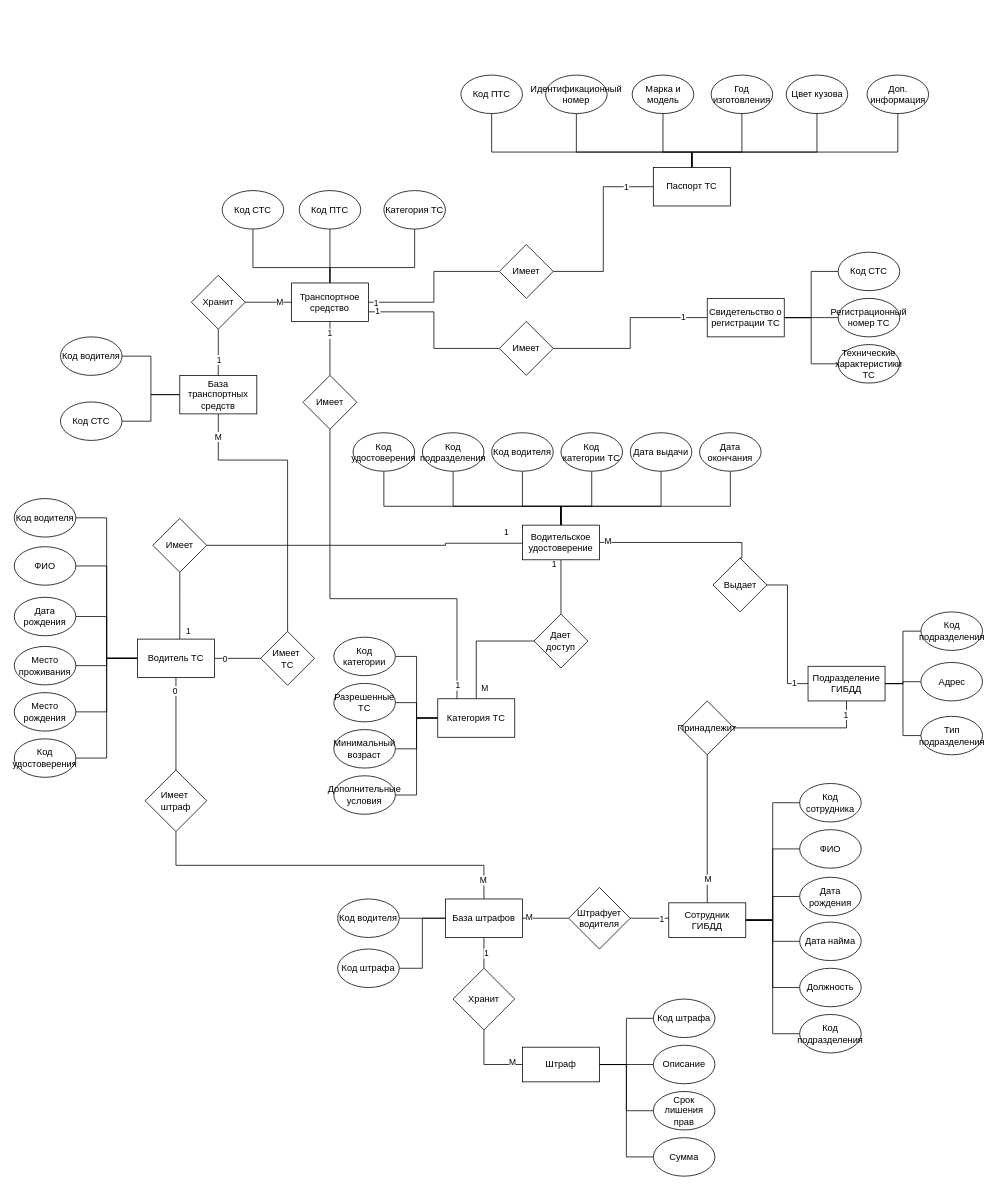
The draw.io diagram RelateModel.drawio in duahifnv/TrafficInspectionApp, before the edit. Source tidied: cells renumbered, new cells numbered last; positions are measured from the earlier drawing's top-left corner, leaving out a move shared by most shapes. Both pictures are drawn from the tidied source at 77%, with x=0, y=0 at pixel (14, 75).
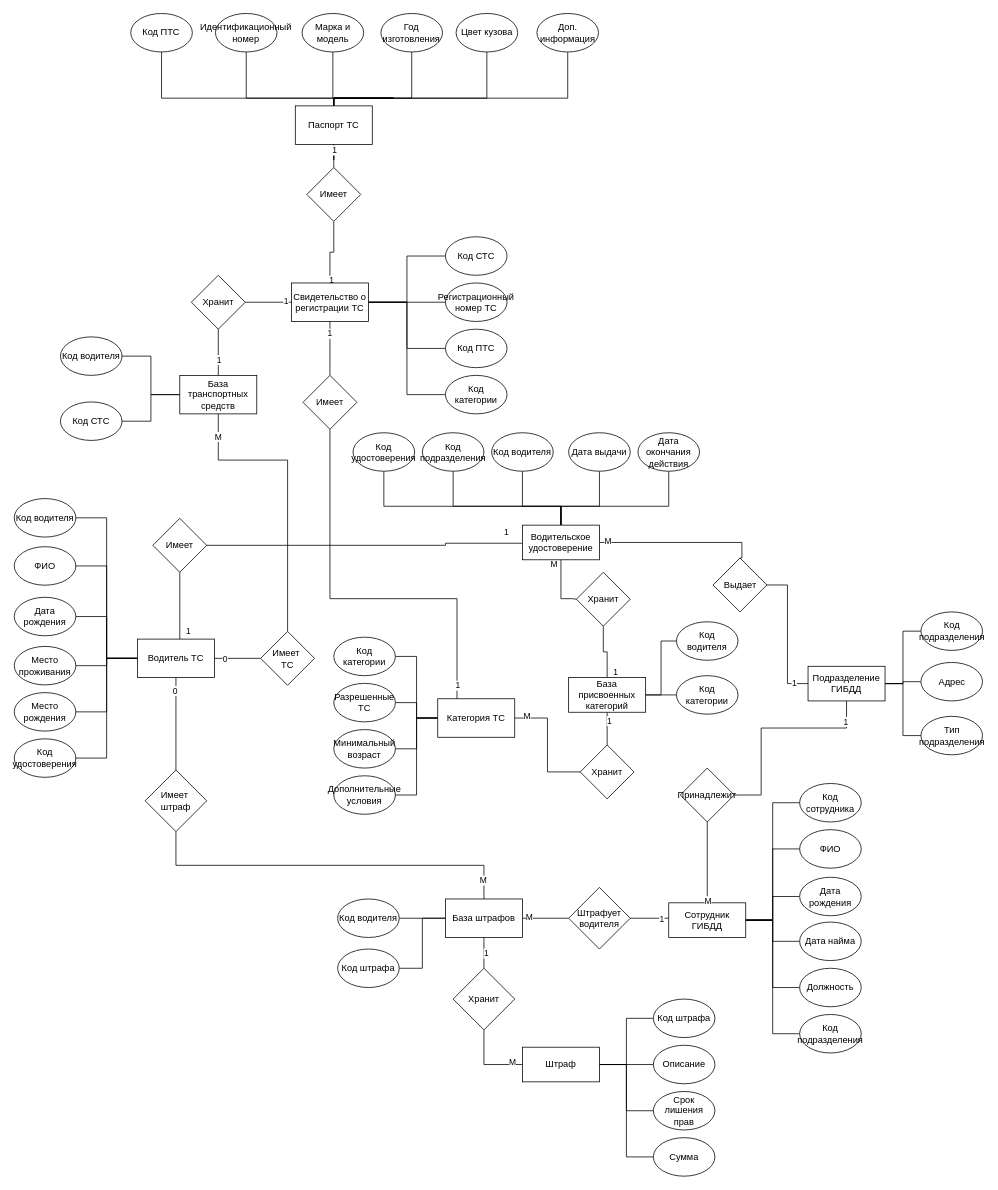
The same page after the edit.

The change refers to these unchanged cells:
```xml
<mxCell id="14" value="Водительское удостоверение" style="rounded=0;whiteSpace=wrap;html=1;" parent="1" vertex="1">
  <mxGeometry x="660" y="584.5" width="100" height="45" as="geometry" />
</mxCell>
<mxCell id="46" value="Категория ТС" style="rounded=0;whiteSpace=wrap;html=1;" parent="1" vertex="1">
  <mxGeometry x="550" y="810" width="100" height="50" as="geometry" />
</mxCell>
<mxCell id="56" value="Подразделение ГИБДД" style="rounded=0;whiteSpace=wrap;html=1;" parent="1" vertex="1">
  <mxGeometry x="1030.9" y="767.8" width="100" height="45" as="geometry" />
</mxCell>
<mxCell id="142" value="Хранит" style="rhombus;whiteSpace=wrap;html=1;" parent="1" vertex="1">
  <mxGeometry x="230" y="260" width="70" height="70" as="geometry" />
</mxCell>
<mxCell id="147" value="Имеет" style="rhombus;whiteSpace=wrap;html=1;direction=south;" parent="1" vertex="1">
  <mxGeometry x="375" y="390" width="70" height="70" as="geometry" />
</mxCell>
```

Change to the diagram source:
```diff
@@
-    <mxCell id="2" style="edgeStyle=orthogonalEdgeStyle;rounded=0;jettySize=auto;html=1;entryX=0.5;entryY=0;entryDx=0;entryDy=0;endArrow=none;endFill=0;" parent="1" edge="1" source="14" target="41">
+    <mxCell id="2" style="edgeStyle=orthogonalEdgeStyle;rounded=0;jettySize=auto;html=1;entryX=0;entryY=0.5;entryDx=0;entryDy=0;endArrow=none;endFill=0;" parent="1" edge="1" source="14" target="41">
       <mxGeometry relative="1" as="geometry">
         <Array as="points">
           <mxPoint x="710" y="680" />
+          <mxPoint x="725" y="680" />
         </Array>
       </mxGeometry>
     </mxCell>
-    <mxCell id="3" value="1" style="edgeLabel;html=1;align=center;verticalAlign=middle;" parent="2" vertex="1">
+    <mxCell id="3" value="M" style="edgeLabel;html=1;align=center;verticalAlign=middle;" parent="2" vertex="1">
       <mxGeometry x="-0.8" y="2" relative="1" as="geometry">
         <mxPoint x="-12" y="-1" as="offset" />
       </mxGeometry>
     </mxCell>
@@
-    <mxCell id="11" style="edgeStyle=orthogonalEdgeStyle;rounded=0;jettySize=auto;html=1;entryX=0.5;entryY=1;entryDx=0;entryDy=0;endArrow=none;endFill=0;" parent="1" edge="1" source="14" target="38">
-      <mxGeometry relative="1" as="geometry">
-        <Array as="points">
-          <mxPoint x="710" y="560" />
-          <mxPoint x="750" y="560" />
-        </Array>
-      </mxGeometry>
-    </mxCell>
     <mxCell id="12" style="edgeStyle=orthogonalEdgeStyle;rounded=0;jettySize=auto;html=1;entryX=0.5;entryY=1;entryDx=0;entryDy=0;endArrow=none;endFill=0;" parent="1" edge="1" source="14" target="17">
       <mxGeometry relative="1" as="geometry">
         <Array as="points">
           <mxPoint x="710" y="560" />
-          <mxPoint x="840" y="560" />
+          <mxPoint x="760" y="560" />
         </Array>
       </mxGeometry>
     </mxCell>
     <mxCell id="13" style="edgeStyle=orthogonalEdgeStyle;rounded=0;jettySize=auto;html=1;entryX=0.5;entryY=1;entryDx=0;entryDy=0;endArrow=none;endFill=0;" parent="1" edge="1" source="14" target="37">
       <mxGeometry relative="1" as="geometry">
         <Array as="points">
           <mxPoint x="710" y="560" />
-          <mxPoint x="930" y="560" />
+          <mxPoint x="850" y="560" />
         </Array>
       </mxGeometry>
     </mxCell>
@@
     <mxCell id="17" value="Дата выдачи" style="ellipse;whiteSpace=wrap;html=1;" parent="1" vertex="1">
-      <mxGeometry x="800" y="464.5" width="80" height="50" as="geometry" />
+      <mxGeometry x="720" y="464.5" width="80" height="50" as="geometry" />
     </mxCell>
@@
-    <mxCell id="37" value="Дата окончания" style="ellipse;whiteSpace=wrap;html=1;" parent="1" vertex="1">
-      <mxGeometry x="890" y="464.5" width="80" height="50" as="geometry" />
+    <mxCell id="37" value="Дата окончания действия" style="ellipse;whiteSpace=wrap;html=1;" parent="1" vertex="1">
+      <mxGeometry x="810" y="464.5" width="80" height="50" as="geometry" />
     </mxCell>
-    <mxCell id="38" value="Код категории ТС" style="ellipse;whiteSpace=wrap;html=1;" parent="1" vertex="1">
-      <mxGeometry x="710" y="464.5" width="80" height="50" as="geometry" />
-    </mxCell>
-    <mxCell id="39" style="edgeStyle=orthogonalEdgeStyle;rounded=0;jettySize=auto;html=1;entryX=0.5;entryY=0;entryDx=0;entryDy=0;endArrow=none;endFill=0;" parent="1" edge="1" source="41" target="46">
+    <mxCell id="39" style="edgeStyle=orthogonalEdgeStyle;rounded=0;jettySize=auto;html=1;entryX=0.5;entryY=0;entryDx=0;entryDy=0;endArrow=none;endFill=0;" parent="1" edge="1" source="41" target="167">
       <mxGeometry relative="1" as="geometry" />
     </mxCell>
-    <mxCell id="40" value="M" style="edgeLabel;html=1;align=center;verticalAlign=middle;" parent="39" vertex="1">
+    <mxCell id="40" value="1" style="edgeLabel;html=1;align=center;verticalAlign=middle;" parent="39" vertex="1">
       <mxGeometry x="0.8" y="-2" relative="1" as="geometry">
         <mxPoint x="12" as="offset" />
       </mxGeometry>
     </mxCell>
-    <mxCell id="41" value="Дает&lt;div&gt;доступ&lt;/div&gt;" style="rhombus;whiteSpace=wrap;html=1;" parent="1" vertex="1">
-      <mxGeometry x="675" y="700" width="70" height="70" as="geometry" />
+    <mxCell id="41" value="Хранит" style="rhombus;whiteSpace=wrap;html=1;" parent="1" vertex="1">
+      <mxGeometry x="730" y="645.7" width="70" height="70" as="geometry" />
     </mxCell>
@@
     <mxCell id="51" style="edgeStyle=orthogonalEdgeStyle;rounded=0;jettySize=auto;html=1;entryX=1;entryY=0.5;entryDx=0;entryDy=0;endArrow=none;endFill=0;" parent="1" edge="1" source="56" target="74">
       <mxGeometry relative="1" as="geometry">
         <Array as="points">
-          <mxPoint x="1080.5" y="847.8" />
+          <mxPoint x="1081" y="848" />
+          <mxPoint x="970" y="848" />
+          <mxPoint x="970" y="935" />
         </Array>
       </mxGeometry>
     </mxCell>
@@
     <mxCell id="74" value="Принадлежит" style="rhombus;whiteSpace=wrap;html=1;" parent="1" vertex="1">
-      <mxGeometry x="865" y="812.8" width="70" height="70" as="geometry" />
+      <mxGeometry x="865" y="900" width="70" height="70" as="geometry" />
     </mxCell>
@@
     <mxCell id="108" style="edgeStyle=orthogonalEdgeStyle;rounded=0;jettySize=auto;html=1;entryX=0.5;entryY=1;entryDx=0;entryDy=0;endArrow=none;endFill=0;" parent="1" edge="1" source="114" target="157">
       <mxGeometry relative="1" as="geometry">
         <Array as="points">
-          <mxPoint x="880" y="100" />
-          <mxPoint x="620" y="100" />
+          <mxPoint x="492.5" y="30" />
+          <mxPoint x="232.5" y="30" />
         </Array>
       </mxGeometry>
     </mxCell>
     <mxCell id="109" style="edgeStyle=orthogonalEdgeStyle;rounded=0;jettySize=auto;html=1;entryX=0.5;entryY=1;entryDx=0;entryDy=0;endArrow=none;endFill=0;" parent="1" edge="1" source="114" target="158">
       <mxGeometry relative="1" as="geometry">
         <Array as="points">
-          <mxPoint x="880" y="100" />
-          <mxPoint x="730" y="100" />
+          <mxPoint x="492.5" y="30" />
+          <mxPoint x="342.5" y="30" />
         </Array>
       </mxGeometry>
     </mxCell>
     <mxCell id="110" style="edgeStyle=orthogonalEdgeStyle;rounded=0;jettySize=auto;html=1;entryX=0.5;entryY=1;entryDx=0;entryDy=0;endArrow=none;endFill=0;" parent="1" edge="1" source="114" target="159">
       <mxGeometry relative="1" as="geometry">
         <Array as="points">
-          <mxPoint x="880" y="100" />
-          <mxPoint x="843" y="100" />
+          <mxPoint x="492.5" y="30" />
+          <mxPoint x="455.5" y="30" />
         </Array>
       </mxGeometry>
     </mxCell>
     <mxCell id="111" style="edgeStyle=orthogonalEdgeStyle;rounded=0;jettySize=auto;html=1;entryX=0.5;entryY=1;entryDx=0;entryDy=0;endArrow=none;endFill=0;" parent="1" edge="1" source="114" target="160">
       <mxGeometry relative="1" as="geometry">
         <Array as="points">
-          <mxPoint x="880" y="100" />
-          <mxPoint x="945" y="100" />
+          <mxPoint x="492.5" y="30" />
+          <mxPoint x="557.5" y="30" />
         </Array>
       </mxGeometry>
     </mxCell>
     <mxCell id="112" style="edgeStyle=orthogonalEdgeStyle;rounded=0;jettySize=auto;html=1;entryX=0.5;entryY=1;entryDx=0;entryDy=0;endArrow=none;endFill=0;" parent="1" edge="1" source="114" target="161">
       <mxGeometry relative="1" as="geometry">
         <Array as="points">
-          <mxPoint x="880" y="100" />
-          <mxPoint x="1043" y="100" />
+          <mxPoint x="492.5" y="30" />
+          <mxPoint x="655.5" y="30" />
         </Array>
       </mxGeometry>
     </mxCell>
     <mxCell id="113" style="edgeStyle=orthogonalEdgeStyle;rounded=0;jettySize=auto;html=1;entryX=0.5;entryY=1;entryDx=0;entryDy=0;endArrow=none;endFill=0;" parent="1" edge="1" source="114" target="162">
       <mxGeometry relative="1" as="geometry">
         <Array as="points">
-          <mxPoint x="880" y="100" />
-          <mxPoint x="1148" y="100" />
+          <mxPoint x="492.5" y="30" />
+          <mxPoint x="760.5" y="30" />
         </Array>
       </mxGeometry>
     </mxCell>
     <mxCell id="114" value="Паспорт ТС" style="rounded=0;whiteSpace=wrap;html=1;" parent="1" vertex="1">
-      <mxGeometry x="830" y="120" width="100" height="50" as="geometry" />
+      <mxGeometry x="365" y="40" width="100" height="50" as="geometry" />
     </mxCell>
-    <mxCell id="115" style="edgeStyle=orthogonalEdgeStyle;rounded=0;jettySize=auto;html=1;entryX=0;entryY=0.5;entryDx=0;entryDy=0;endArrow=none;endFill=0;" parent="1" edge="1" source="124" target="147">
+    <mxCell id="115" style="edgeStyle=orthogonalEdgeStyle;rounded=0;jettySize=auto;html=1;entryX=0;entryY=0.5;entryDx=0;entryDy=0;endArrow=none;endFill=0;exitX=0.5;exitY=1;exitDx=0;exitDy=0;" parent="1" edge="1" source="128" target="147">
       <mxGeometry relative="1" as="geometry" />
     </mxCell>
@@
-    <mxCell id="117" style="edgeStyle=orthogonalEdgeStyle;rounded=0;jettySize=auto;html=1;entryX=0.5;entryY=1;entryDx=0;entryDy=0;endArrow=none;endFill=0;" parent="1" edge="1" source="124" target="129">
-      <mxGeometry relative="1" as="geometry">
-        <Array as="points">
-          <mxPoint x="410" y="250" />
-          <mxPoint x="310" y="250" />
-        </Array>
-      </mxGeometry>
-    </mxCell>
-    <mxCell id="118" style="edgeStyle=orthogonalEdgeStyle;rounded=0;jettySize=auto;html=1;entryX=0.5;entryY=1;entryDx=0;entryDy=0;endArrow=none;endFill=0;" parent="1" edge="1" source="124" target="130">
-      <mxGeometry relative="1" as="geometry" />
-    </mxCell>
-    <mxCell id="119" style="edgeStyle=orthogonalEdgeStyle;rounded=0;jettySize=auto;html=1;entryX=0.5;entryY=1;entryDx=0;entryDy=0;endArrow=none;endFill=0;" parent="1" edge="1" source="124" target="131">
-      <mxGeometry relative="1" as="geometry">
-        <Array as="points">
-          <mxPoint x="410" y="250" />
-          <mxPoint x="520" y="250" />
-        </Array>
-      </mxGeometry>
-    </mxCell>
-    <mxCell id="120" style="edgeStyle=orthogonalEdgeStyle;rounded=0;jettySize=auto;html=1;entryX=0;entryY=0.5;entryDx=0;entryDy=0;endArrow=none;endFill=0;" parent="1" edge="1" source="124" target="150">
+    <mxCell id="120" style="edgeStyle=orthogonalEdgeStyle;rounded=0;jettySize=auto;html=1;entryX=0.5;entryY=1;entryDx=0;entryDy=0;endArrow=none;endFill=0;exitX=0.5;exitY=0;exitDx=0;exitDy=0;" parent="1" edge="1" source="128" target="150">
       <mxGeometry relative="1" as="geometry" />
     </mxCell>
@@
-    <mxCell id="122" style="edgeStyle=orthogonalEdgeStyle;rounded=0;jettySize=auto;html=1;exitX=1;exitY=0.75;exitDx=0;exitDy=0;entryX=0;entryY=0.5;entryDx=0;entryDy=0;endArrow=none;endFill=0;" parent="1" edge="1" source="124" target="153">
-      <mxGeometry relative="1" as="geometry" />
-    </mxCell>
-    <mxCell id="123" value="1" style="edgeLabel;html=1;align=center;verticalAlign=middle;" parent="122" vertex="1">
-      <mxGeometry x="-0.9" y="1" relative="1" as="geometry" />
-    </mxCell>
-    <mxCell id="124" value="Транспортное средство" style="rounded=0;whiteSpace=wrap;html=1;" parent="1" vertex="1">
-      <mxGeometry x="360" y="270" width="100" height="50" as="geometry" />
-    </mxCell>
@@
+    <mxCell id="163" style="edgeStyle=orthogonalEdgeStyle;rounded=0;jettySize=auto;html=1;entryX=0;entryY=0.5;entryDx=0;entryDy=0;endArrow=none;endFill=0;" parent="1" edge="1" source="128" target="172">
+      <mxGeometry relative="1" as="geometry" />
+    </mxCell>
     <mxCell id="128" value="Свидетельство о регистрации ТС" style="rounded=0;whiteSpace=wrap;html=1;" parent="1" vertex="1">
-      <mxGeometry x="900" y="290" width="100" height="50" as="geometry" />
+      <mxGeometry x="360" y="270" width="100" height="50" as="geometry" />
     </mxCell>
-    <mxCell id="129" value="Код СТС" style="ellipse;whiteSpace=wrap;html=1;" parent="1" vertex="1">
-      <mxGeometry x="270" y="150" width="80" height="50" as="geometry" />
-    </mxCell>
-    <mxCell id="130" value="Код ПТС" style="ellipse;whiteSpace=wrap;html=1;" parent="1" vertex="1">
-      <mxGeometry x="370" y="150" width="80" height="50" as="geometry" />
-    </mxCell>
-    <mxCell id="131" value="Категория ТС" style="ellipse;whiteSpace=wrap;html=1;" parent="1" vertex="1">
-      <mxGeometry x="480" y="150" width="80" height="50" as="geometry" />
-    </mxCell>
@@
-    <mxCell id="140" style="edgeStyle=orthogonalEdgeStyle;rounded=0;jettySize=auto;html=1;entryX=0;entryY=0.5;entryDx=0;entryDy=0;endArrow=none;endFill=0;" parent="1" edge="1" source="142" target="124">
-      <mxGeometry relative="1" as="geometry" />
-    </mxCell>
-    <mxCell id="141" value="M" style="edgeLabel;html=1;align=center;verticalAlign=middle;" parent="140" vertex="1">
-      <mxGeometry x="0.46" y="1" relative="1" as="geometry" />
-    </mxCell>
@@
-    <mxCell id="148" style="edgeStyle=orthogonalEdgeStyle;rounded=0;jettySize=auto;html=1;entryX=0;entryY=0.5;entryDx=0;entryDy=0;endArrow=none;endFill=0;" parent="1" edge="1" source="150" target="114">
+    <mxCell id="148" style="edgeStyle=orthogonalEdgeStyle;rounded=0;jettySize=auto;html=1;entryX=0.5;entryY=1;entryDx=0;entryDy=0;endArrow=none;endFill=0;" parent="1" edge="1" source="150" target="114">
       <mxGeometry relative="1" as="geometry" />
     </mxCell>
@@
     <mxCell id="150" value="Имеет" style="rhombus;whiteSpace=wrap;html=1;" parent="1" vertex="1">
-      <mxGeometry x="630" y="220" width="70" height="70" as="geometry" />
+      <mxGeometry x="380" y="120" width="70" height="70" as="geometry" />
     </mxCell>
-    <mxCell id="151" style="edgeStyle=orthogonalEdgeStyle;rounded=0;jettySize=auto;html=1;entryX=0;entryY=0.5;entryDx=0;entryDy=0;endArrow=none;endFill=0;" parent="1" edge="1" source="153" target="128">
+    <mxCell id="151" style="edgeStyle=orthogonalEdgeStyle;rounded=0;jettySize=auto;html=1;entryX=0;entryY=0.5;entryDx=0;entryDy=0;endArrow=none;endFill=0;exitX=1;exitY=0.5;exitDx=0;exitDy=0;" parent="1" edge="1" source="142" target="128">
       <mxGeometry relative="1" as="geometry" />
     </mxCell>
@@
-    <mxCell id="153" value="Имеет" style="rhombus;whiteSpace=wrap;html=1;" parent="1" vertex="1">
-      <mxGeometry x="630" y="320" width="70" height="70" as="geometry" />
-    </mxCell>
     <mxCell id="154" value="Код СТС" style="ellipse;whiteSpace=wrap;html=1;" parent="1" vertex="1">
-      <mxGeometry x="1070" y="230" width="80" height="50" as="geometry" />
+      <mxGeometry x="560" y="210" width="80" height="50" as="geometry" />
     </mxCell>
     <mxCell id="155" value="Регистрационный номер ТС" style="ellipse;whiteSpace=wrap;html=1;" parent="1" vertex="1">
-      <mxGeometry x="1070" y="290" width="80" height="50" as="geometry" />
+      <mxGeometry x="560" y="270" width="80" height="50" as="geometry" />
     </mxCell>
-    <mxCell id="156" value="Технические характеристики ТС" style="ellipse;whiteSpace=wrap;html=1;" parent="1" vertex="1">
-      <mxGeometry x="1070" y="350" width="80" height="50" as="geometry" />
+    <mxCell id="156" value="Код ПТС" style="ellipse;whiteSpace=wrap;html=1;" parent="1" vertex="1">
+      <mxGeometry x="560" y="330" width="80" height="50" as="geometry" />
     </mxCell>
     <mxCell id="157" value="Код ПТС" style="ellipse;whiteSpace=wrap;html=1;" parent="1" vertex="1">
-      <mxGeometry x="580" width="80" height="50" as="geometry" />
+      <mxGeometry x="151.3" y="-80" width="80" height="50" as="geometry" />
     </mxCell>
     <mxCell id="158" value="Идентификационный номер" style="ellipse;whiteSpace=wrap;html=1;" parent="1" vertex="1">
-      <mxGeometry x="690" width="80" height="50" as="geometry" />
+      <mxGeometry x="261.3" y="-80" width="80" height="50" as="geometry" />
     </mxCell>
     <mxCell id="159" value="Марка и модель" style="ellipse;whiteSpace=wrap;html=1;" parent="1" vertex="1">
-      <mxGeometry x="802.5" width="80" height="50" as="geometry" />
+      <mxGeometry x="373.8" y="-80" width="80" height="50" as="geometry" />
     </mxCell>
     <mxCell id="160" value="Год изготовления" style="ellipse;whiteSpace=wrap;html=1;" parent="1" vertex="1">
-      <mxGeometry x="905" width="80" height="50" as="geometry" />
+      <mxGeometry x="476.2" y="-80" width="80" height="50" as="geometry" />
     </mxCell>
     <mxCell id="161" value="Цвет кузова" style="ellipse;whiteSpace=wrap;html=1;" parent="1" vertex="1">
-      <mxGeometry x="1002.5" width="80" height="50" as="geometry" />
+      <mxGeometry x="573.8" y="-80" width="80" height="50" as="geometry" />
     </mxCell>
     <mxCell id="162" value="Доп. информация" style="ellipse;whiteSpace=wrap;html=1;" parent="1" vertex="1">
-      <mxGeometry x="1107.5" width="80" height="50" as="geometry" />
+      <mxGeometry x="678.8" y="-80" width="80" height="50" as="geometry" />
     </mxCell>
+    <mxCell id="164" style="edgeStyle=orthogonalEdgeStyle;rounded=0;jettySize=auto;html=1;entryX=0.5;entryY=0;entryDx=0;entryDy=0;endArrow=none;endFill=0;" parent="1" edge="1" source="167" target="169">
+      <mxGeometry relative="1" as="geometry" />
+    </mxCell>
+    <mxCell id="123" value="1" style="edgeLabel;html=1;align=center;verticalAlign=middle;" parent="164" vertex="1">
+      <mxGeometry x="-0.46" y="2" relative="1" as="geometry" />
+    </mxCell>
+    <mxCell id="165" style="edgeStyle=orthogonalEdgeStyle;rounded=0;jettySize=auto;html=1;entryX=0;entryY=0.5;entryDx=0;entryDy=0;endArrow=none;endFill=0;" parent="1" edge="1" source="167" target="170">
+      <mxGeometry relative="1" as="geometry" />
+    </mxCell>
+    <mxCell id="166" style="edgeStyle=orthogonalEdgeStyle;rounded=0;jettySize=auto;html=1;entryX=0;entryY=0.5;entryDx=0;entryDy=0;endArrow=none;endFill=0;" parent="1" edge="1" source="167" target="171">
+      <mxGeometry relative="1" as="geometry" />
+    </mxCell>
+    <mxCell id="167" value="База присвоенных категорий" style="rounded=0;whiteSpace=wrap;html=1;" parent="1" vertex="1">
+      <mxGeometry x="720" y="782.5" width="100" height="45" as="geometry" />
+    </mxCell>
+    <mxCell id="168" style="edgeStyle=orthogonalEdgeStyle;rounded=0;jettySize=auto;html=1;entryX=1;entryY=0.5;entryDx=0;entryDy=0;endArrow=none;endFill=0;" parent="1" edge="1" source="169" target="46">
+      <mxGeometry relative="1" as="geometry" />
+    </mxCell>
+    <mxCell id="141" value="M" style="edgeLabel;html=1;align=center;verticalAlign=middle;" parent="168" vertex="1">
+      <mxGeometry x="0.8" y="-3" relative="1" as="geometry" />
+    </mxCell>
+    <mxCell id="169" value="Хранит" style="rhombus;whiteSpace=wrap;html=1;" parent="1" vertex="1">
+      <mxGeometry x="735" y="870" width="70" height="70" as="geometry" />
+    </mxCell>
+    <mxCell id="170" value="Код&lt;div&gt;водителя&lt;/div&gt;" style="ellipse;whiteSpace=wrap;html=1;" parent="1" vertex="1">
+      <mxGeometry x="860" y="710" width="80" height="50" as="geometry" />
+    </mxCell>
+    <mxCell id="171" value="Код категории" style="ellipse;whiteSpace=wrap;html=1;" parent="1" vertex="1">
+      <mxGeometry x="860" y="780" width="80" height="50" as="geometry" />
+    </mxCell>
+    <mxCell id="172" value="Код категории" style="ellipse;whiteSpace=wrap;html=1;" parent="1" vertex="1">
+      <mxGeometry x="560" y="390" width="80" height="50" as="geometry" />
+    </mxCell>
```
